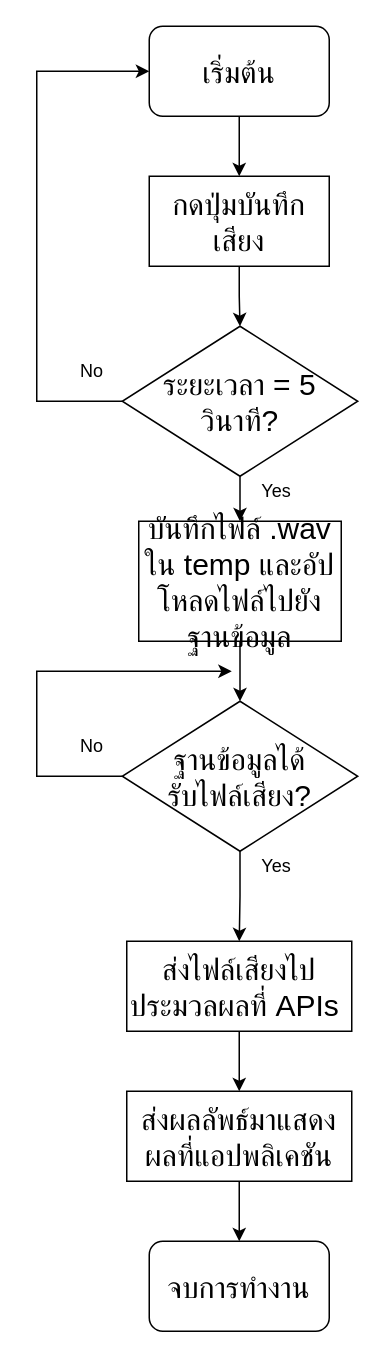
KENGKKUN/test_python keeps this draw.io diagram as app_flow.drawio. Above is the earlier version. Source tidied: cells renumbered, new cells numbered last; positions are measured from the earlier drawing's top-left corner, leaving out a move shared by most shapes. Both pictures are drawn from the tidied source at 150%, with x=0, y=0 at pixel (36, 26).
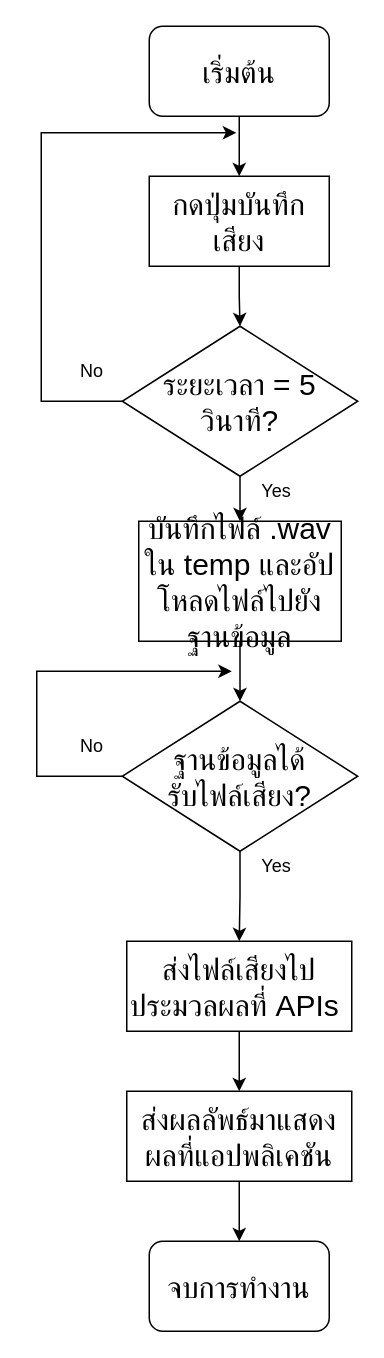
After the change.

The change refers to these unchanged cells:
```xml
<mxCell id="3" value="&lt;font face=&quot;TH Sarabun New&quot; style=&quot;font-size: 20px&quot;&gt;เริ่มต้น&lt;/font&gt;" style="rounded=1;whiteSpace=wrap;html=1;" parent="1" vertex="1">
  <mxGeometry x="75" width="120" height="60" as="geometry" />
</mxCell>
<mxCell id="8" value="&lt;font face=&quot;TH Sarabun New&quot; style=&quot;font-size: 20px&quot;&gt;ระยะเวลา = 5 วินาที?&lt;/font&gt;" style="rhombus;whiteSpace=wrap;html=1;" parent="1" vertex="1">
  <mxGeometry x="57" y="200" width="157" height="100" as="geometry" />
</mxCell>
```

What changed in the source:
```diff
@@
-    <mxCell id="6" style="edgeStyle=orthogonalEdgeStyle;rounded=0;jettySize=auto;html=1;exitX=0;exitY=0.5;exitDx=0;exitDy=0;entryX=0;entryY=0.5;entryDx=0;entryDy=0;" parent="1" edge="1" source="8" target="3">
-      <mxGeometry relative="1" as="geometry">
-        <Array as="points">
-          <mxPoint y="250" />
-          <mxPoint y="30" />
-        </Array>
-      </mxGeometry>
-    </mxCell>
@@
+    <mxCell id="23" style="edgeStyle=orthogonalEdgeStyle;rounded=0;jettySize=auto;html=1;exitX=0;exitY=0.5;exitDx=0;exitDy=0;" parent="1" edge="1" source="8">
+      <mxGeometry relative="1" as="geometry">
+        <mxPoint x="133" y="71" as="targetPoint" />
+        <Array as="points">
+          <mxPoint x="3" y="250" />
+          <mxPoint x="3" y="71" />
+        </Array>
+      </mxGeometry>
+    </mxCell>
```
